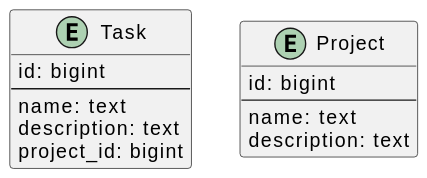
This is 24-maven-asciidoc-plantuml-manual/src/main/asciidoc/images/schema.svg from denis-volnenko/asciidoc-examples, a PlantUML export, as it was before one commit.
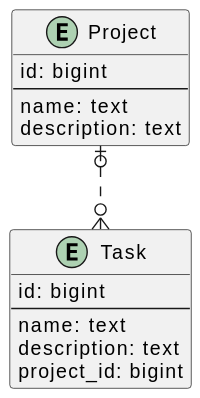
After the change.

Commit message:
Обновление проекта.

What changed in the source:
```diff
@@ -14,4 +14,5 @@
   description: text
 }
 
+p |o..o{ t
 @enduml
```
